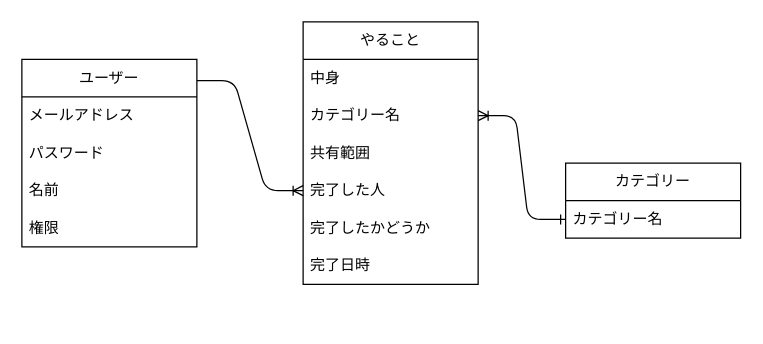
This is er.drawio from hirosaku21/huhu-todos, a draw.io file, before an edit. Source tidied: cells renumbered, new cells numbered last; positions are measured from the earlier drawing's top-left corner, leaving out a move shared by most shapes. Both pictures are drawn from the tidied source at 125%, with x=0, y=0 at pixel (21, 21).
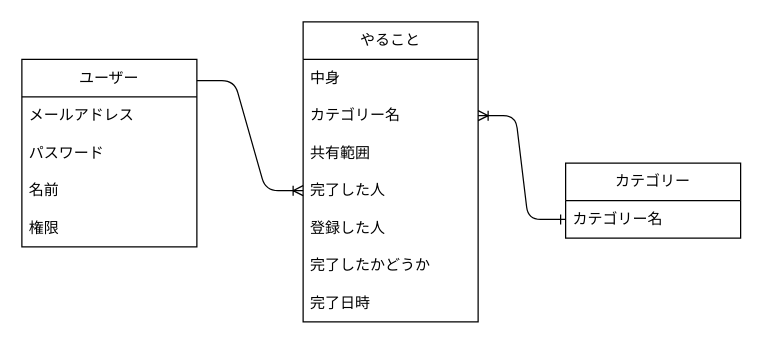
The same diagram, later.

Commit message (it also covers changes not shown here):
DB設計、ER図修正

Change to the diagram source:
```diff
@@
 <mxGraphModel background="#ffffff">
   <root>
     <mxCell id="0" />
     <mxCell id="1" parent="0" />
     <mxCell id="2" value="ユーザー" style="swimlane;fontStyle=0;horizontal=1;startSize=30;whiteSpace=wrap;html=1;labelBackgroundColor=default;" parent="1" vertex="1">
       <mxGeometry y="30" width="140" height="150" as="geometry" />
     </mxCell>
     <mxCell id="3" value="メールアドレス" style="text;strokeColor=none;fillColor=none;align=left;verticalAlign=middle;spacingLeft=4;spacingRight=4;overflow=hidden;whiteSpace=wrap;html=1;fontColor=#000000;" parent="2" vertex="1">
       <mxGeometry y="30" width="140" height="30" as="geometry" />
     </mxCell>
     <mxCell id="4" value="パスワード" style="text;strokeColor=none;fillColor=none;align=left;verticalAlign=middle;spacingLeft=4;spacingRight=4;overflow=hidden;whiteSpace=wrap;html=1;fontColor=#000000;" parent="2" vertex="1">
       <mxGeometry y="60" width="140" height="30" as="geometry" />
     </mxCell>
     <mxCell id="5" value="名前" style="text;strokeColor=none;fillColor=none;align=left;verticalAlign=middle;spacingLeft=4;spacingRight=4;overflow=hidden;whiteSpace=wrap;html=1;fontColor=#000000;" parent="2" vertex="1">
       <mxGeometry y="90" width="140" height="30" as="geometry" />
     </mxCell>
     <mxCell id="6" value="権限" style="text;strokeColor=none;fillColor=none;align=left;verticalAlign=middle;spacingLeft=4;spacingRight=4;overflow=hidden;whiteSpace=wrap;html=1;fontColor=#000000;" parent="2" vertex="1">
       <mxGeometry y="120" width="140" height="30" as="geometry" />
     </mxCell>
     <mxCell id="7" value="やること" style="swimlane;fontStyle=0;horizontal=1;startSize=30;whiteSpace=wrap;html=1;labelBackgroundColor=default;" parent="1" vertex="1">
-      <mxGeometry x="225" width="140" height="210" as="geometry" />
+      <mxGeometry x="225" width="140" height="240" as="geometry" />
     </mxCell>
     <mxCell id="8" value="中身" style="text;strokeColor=none;fillColor=none;align=left;verticalAlign=middle;spacingLeft=4;spacingRight=4;overflow=hidden;whiteSpace=wrap;html=1;fontColor=#000000;" parent="7" vertex="1">
       <mxGeometry y="30" width="140" height="30" as="geometry" />
     </mxCell>
     <mxCell id="9" value="カテゴリー名" style="text;strokeColor=none;fillColor=none;align=left;verticalAlign=middle;spacingLeft=4;spacingRight=4;overflow=hidden;points=[[0,0.5],[1,0.5]];portConstraint=eastwest;whiteSpace=wrap;html=1;fontColor=#000000;" parent="7" vertex="1">
       <mxGeometry y="60" width="140" height="30" as="geometry" />
     </mxCell>
     <mxCell id="10" value="共有範囲" style="text;strokeColor=none;fillColor=none;align=left;verticalAlign=middle;spacingLeft=4;spacingRight=4;overflow=hidden;whiteSpace=wrap;html=1;fontColor=#000000;" parent="7" vertex="1">
       <mxGeometry y="90" width="140" height="30" as="geometry" />
     </mxCell>
     <mxCell id="11" value="完了した人" style="text;strokeColor=none;fillColor=none;align=left;verticalAlign=middle;spacingLeft=4;spacingRight=4;overflow=hidden;points=[[0,0.5],[1,0.5]];portConstraint=eastwest;whiteSpace=wrap;html=1;fontColor=#000000;" parent="7" vertex="1">
       <mxGeometry y="120" width="140" height="30" as="geometry" />
     </mxCell>
+    <mxCell id="18" value="登録した人" style="text;strokeColor=none;fillColor=none;align=left;verticalAlign=middle;spacingLeft=4;spacingRight=4;overflow=hidden;whiteSpace=wrap;html=1;fontColor=#000000;" parent="7" vertex="1">
+      <mxGeometry y="150" width="140" height="30" as="geometry" />
+    </mxCell>
     <mxCell id="12" value="完了したかどうか" style="text;strokeColor=none;fillColor=none;align=left;verticalAlign=middle;spacingLeft=4;spacingRight=4;overflow=hidden;whiteSpace=wrap;html=1;fontColor=#000000;" parent="7" vertex="1">
-      <mxGeometry y="150" width="140" height="30" as="geometry" />
+      <mxGeometry y="180" width="140" height="30" as="geometry" />
     </mxCell>
     <mxCell id="13" value="完了日時" style="text;strokeColor=none;fillColor=none;align=left;verticalAlign=middle;spacingLeft=4;spacingRight=4;overflow=hidden;whiteSpace=wrap;html=1;fontColor=#000000;" parent="7" vertex="1">
-      <mxGeometry y="180" width="140" height="30" as="geometry" />
+      <mxGeometry y="210" width="140" height="30" as="geometry" />
     </mxCell>
     <mxCell id="14" value="カテゴリー" style="swimlane;fontStyle=0;horizontal=1;startSize=30;whiteSpace=wrap;html=1;labelBackgroundColor=default;" parent="1" vertex="1">
       <mxGeometry x="435" y="113" width="140" height="60" as="geometry" />
     </mxCell>
     <mxCell id="15" value="カテゴリー名" style="text;strokeColor=none;fillColor=none;align=left;verticalAlign=middle;spacingLeft=4;spacingRight=4;overflow=hidden;points=[[0,0.5],[1,0.5]];portConstraint=eastwest;whiteSpace=wrap;html=1;fontColor=#000000;" parent="14" vertex="1">
       <mxGeometry y="30" width="140" height="30" as="geometry" />
     </mxCell>
     <mxCell id="16" style="edgeStyle=entityRelationEdgeStyle;fontSize=12;html=1;endArrow=ERoneToMany;fontColor=#000000;strokeColor=#000000;startArrow=ERone;startFill=0;exitX=0;exitY=0.5;exitDx=0;exitDy=0;entryX=1;entryY=0.5;entryDx=0;entryDy=0;" parent="1" edge="1" source="15" target="9">
       <mxGeometry relative="1" as="geometry" />
     </mxCell>
     <mxCell id="17" style="edgeStyle=entityRelationEdgeStyle;fontSize=12;html=1;endArrow=ERoneToMany;exitX=1;exitY=0.113;exitDx=0;exitDy=0;exitPerimeter=0;strokeColor=#000000;entryX=0;entryY=0.5;entryDx=0;entryDy=0;" parent="1" edge="1" source="2" target="11">
       <mxGeometry relative="1" as="geometry" />
     </mxCell>
   </root>
 </mxGraphModel>
```
